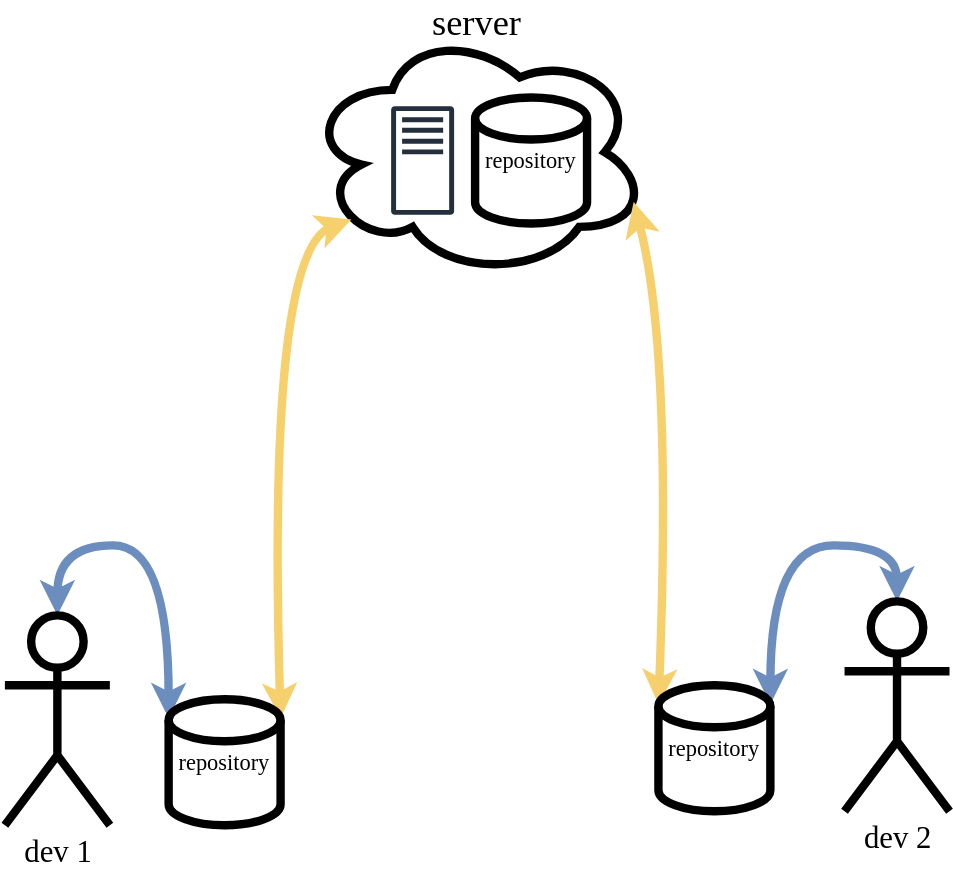
tvannoy/intro-to-git keeps this draw.io diagram as public/vcs-comparison-decentralized.svg. Above is the earlier version. Source tidied: cells renumbered, new cells last; positions are measured from the earlier drawing's top-left corner, leaving out a move shared by most shapes.
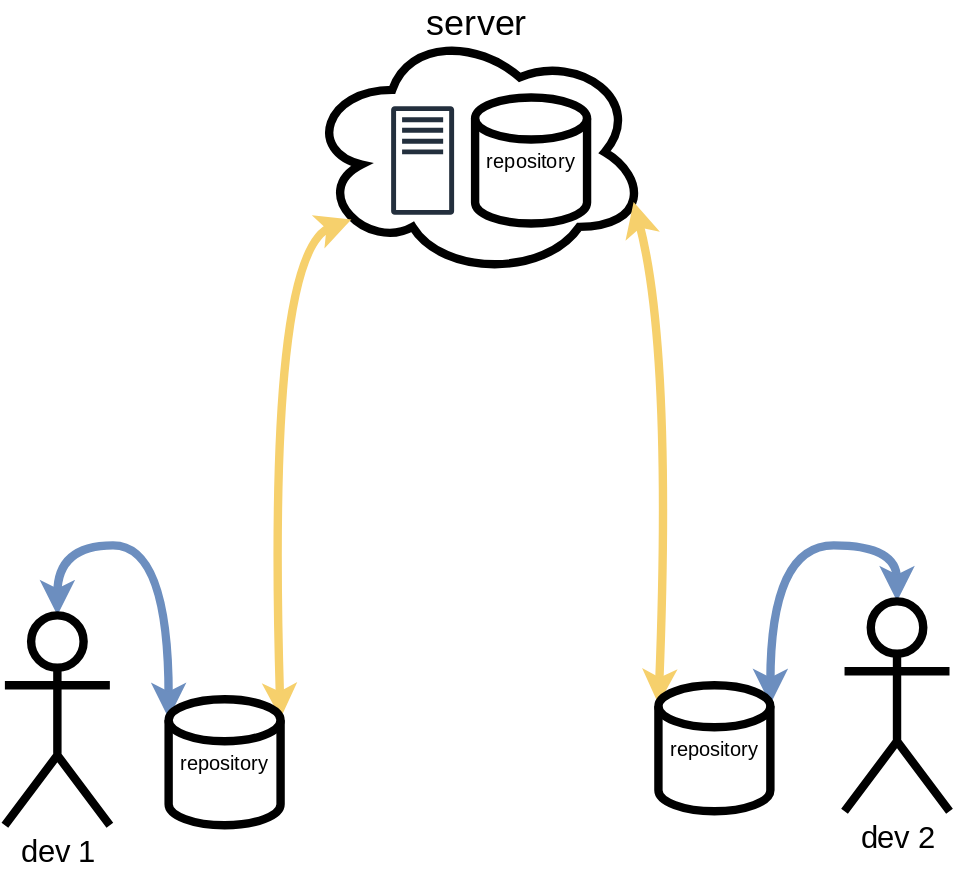
The same diagram one commit later.

Commit message:
reduce "repository" font size

Change to the diagram source:
```diff
@@ -11,7 +11,7 @@
     <mxCell id="4" style="sketch=0;fontColor=#232F3E;gradientColor=none;fillColor=#232F3D;strokeColor=none;dashed=0;verticalLabelPosition=bottom;verticalAlign=top;align=center;html=1;fontSize=12;fontStyle=0;shape=mxgraph.aws4.traditional_server;strokeWidth=6;" parent="2" vertex="1">
       <mxGeometry x="60" y="56" width="45" height="78" as="geometry" />
     </mxCell>
-    <mxCell id="5" value="repository" style="strokeWidth=6;html=1;shape=mxgraph.flowchart.database;whiteSpace=wrap;fillColor=none;fontFamily=Source Sans Pro;fontSource=https%3A%2F%2Ffonts.googleapis.com%2Fcss%3Ffamily%3DSource%2BSans%2BPro;fontSize=16;" parent="2" vertex="1">
+    <mxCell id="5" value="&lt;font style=&quot;font-size: 14px;&quot;&gt;repository&lt;/font&gt;" style="strokeWidth=6;html=1;shape=mxgraph.flowchart.database;whiteSpace=wrap;fillColor=none;fontFamily=Source Sans Pro;fontSource=https%3A%2F%2Ffonts.googleapis.com%2Fcss%3Ffamily%3DSource%2BSans%2BPro;fontSize=16;" parent="2" vertex="1">
       <mxGeometry x="120" y="50" width="80" height="90" as="geometry" />
     </mxCell>
     <mxCell id="6" style="jettySize=auto;html=1;exitX=1;exitY=0.15;exitDx=0;exitDy=0;exitPerimeter=0;entryX=0.13;entryY=0.77;entryDx=0;entryDy=0;entryPerimeter=0;fontFamily=Source Sans Pro;fontSource=https%3A%2F%2Ffonts.googleapis.com%2Fcss%3Ffamily%3DSource%2BSans%2BPro;fontSize=22;strokeColor=#F6D06C;targetPerimeterSpacing=-31;sourcePerimeterSpacing=0;strokeWidth=6;shadow=0;sketch=0;startArrow=classic;startFill=1;curved=1;endSize=6;" parent="1" edge="1" source="12" target="3">
@@ -50,10 +50,10 @@
     <mxCell id="11" value="dev 2" style="shape=umlActor;verticalLabelPosition=bottom;verticalAlign=top;html=1;outlineConnect=0;strokeWidth=6;fontFamily=Source Sans Pro;fontSource=https%3A%2F%2Ffonts.googleapis.com%2Fcss%3Ffamily%3DSource%2BSans%2BPro;fontSize=22;fillColor=none;" parent="1" vertex="1">
       <mxGeometry x="600" y="410" width="75" height="150" as="geometry" />
     </mxCell>
-    <mxCell id="12" value="repository" style="strokeWidth=6;html=1;shape=mxgraph.flowchart.database;whiteSpace=wrap;fillColor=none;fontFamily=Source Sans Pro;fontSource=https%3A%2F%2Ffonts.googleapis.com%2Fcss%3Ffamily%3DSource%2BSans%2BPro;fontSize=16;" parent="1" vertex="1">
+    <mxCell id="12" value="&lt;font style=&quot;font-size: 14px;&quot;&gt;repository&lt;/font&gt;" style="strokeWidth=6;html=1;shape=mxgraph.flowchart.database;whiteSpace=wrap;fillColor=none;fontFamily=Source Sans Pro;fontSource=https%3A%2F%2Ffonts.googleapis.com%2Fcss%3Ffamily%3DSource%2BSans%2BPro;fontSize=16;" parent="1" vertex="1">
       <mxGeometry x="117" y="480" width="80" height="90" as="geometry" />
     </mxCell>
-    <mxCell id="13" value="repository" style="strokeWidth=6;html=1;shape=mxgraph.flowchart.database;whiteSpace=wrap;fillColor=none;fontFamily=Source Sans Pro;fontSource=https%3A%2F%2Ffonts.googleapis.com%2Fcss%3Ffamily%3DSource%2BSans%2BPro;fontSize=16;" parent="1" vertex="1">
+    <mxCell id="13" value="&lt;font style=&quot;font-size: 14px;&quot;&gt;repository&lt;/font&gt;" style="strokeWidth=6;html=1;shape=mxgraph.flowchart.database;whiteSpace=wrap;fillColor=none;fontFamily=Source Sans Pro;fontSource=https%3A%2F%2Ffonts.googleapis.com%2Fcss%3Ffamily%3DSource%2BSans%2BPro;fontSize=16;" parent="1" vertex="1">
       <mxGeometry x="467" y="470" width="80" height="90" as="geometry" />
     </mxCell>
   </root>
```
